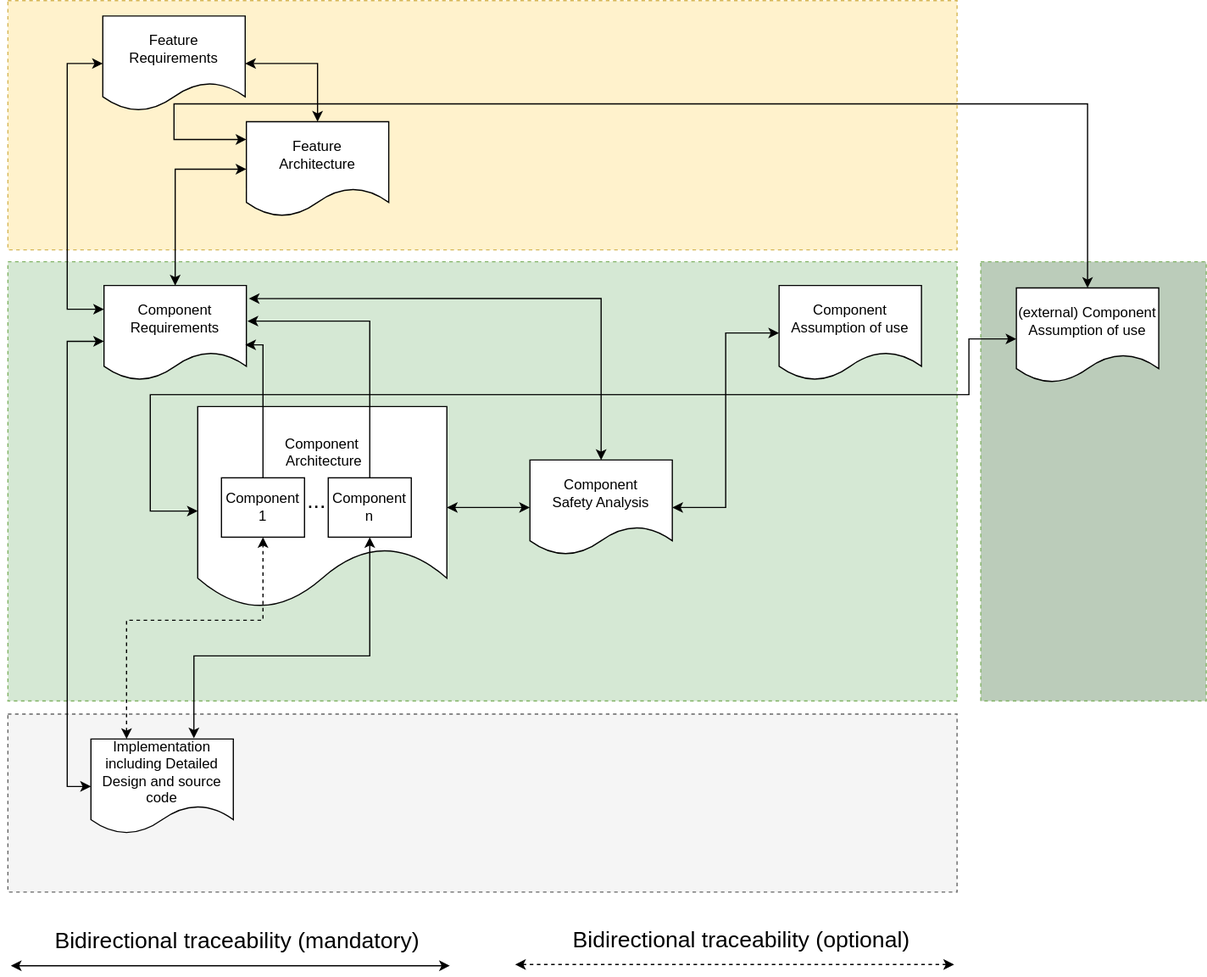
The draw.io diagram pr-343/_images/score_traceability_model_cmp_overview_2.svg in umaucher/score, before a commit. Source tidied: cells renumbered, new cells last; positions are measured from the earlier drawing's top-left corner, leaving out a move shared by most shapes.
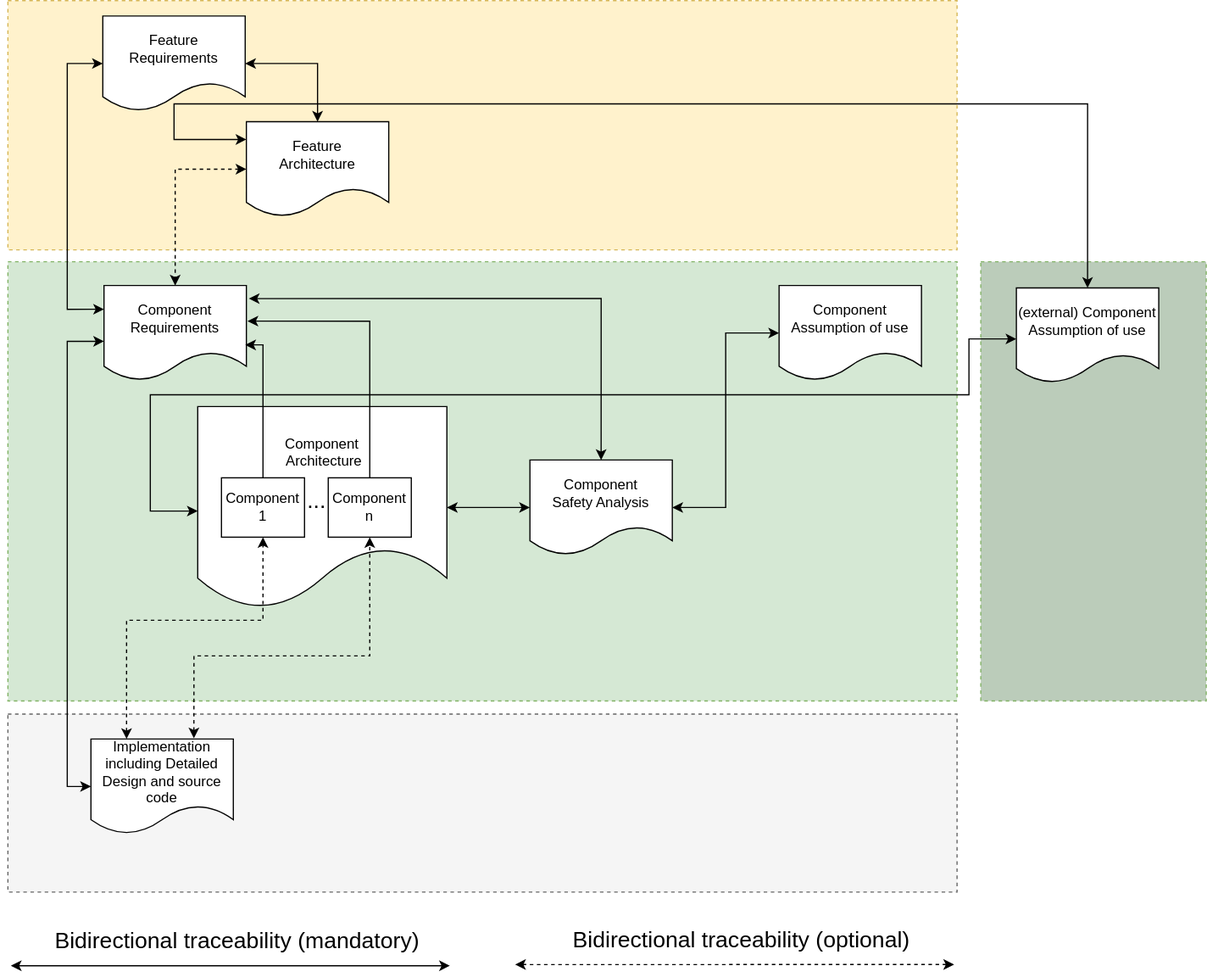
After the commit.

Change to the diagram source:
```diff
@@ -47,7 +47,7 @@
     <mxCell id="13" style="edgeStyle=orthogonalEdgeStyle;rounded=0;jettySize=auto;html=1;startArrow=classic;startFill=1;entryX=1;entryY=0.5;entryDx=0;entryDy=0;exitX=0;exitY=0.5;exitDx=0;exitDy=0;" parent="1" edge="1" source="4" target="12">
       <mxGeometry relative="1" as="geometry" />
     </mxCell>
-    <mxCell id="14" style="edgeStyle=orthogonalEdgeStyle;rounded=0;jettySize=auto;html=1;entryX=0.5;entryY=0;entryDx=0;entryDy=0;startArrow=classic;startFill=1;exitX=0;exitY=0.5;exitDx=0;exitDy=0;" parent="1" edge="1" source="15" target="8">
+    <mxCell id="14" style="edgeStyle=orthogonalEdgeStyle;rounded=0;jettySize=auto;html=1;entryX=0.5;entryY=0;entryDx=0;entryDy=0;startArrow=classic;startFill=1;exitX=0;exitY=0.5;exitDx=0;exitDy=0;dashed=1;" parent="1" edge="1" source="15" target="8">
       <mxGeometry relative="1" as="geometry" />
     </mxCell>
     <mxCell id="15" value="Feature&lt;br&gt;Architecture" style="shape=document;whiteSpace=wrap;html=1;boundedLbl=1;" parent="1" vertex="1">
@@ -117,7 +117,7 @@
         </Array>
       </mxGeometry>
     </mxCell>
-    <mxCell id="29" style="edgeStyle=orthogonalEdgeStyle;rounded=0;jettySize=auto;html=1;entryX=0.5;entryY=1;entryDx=0;entryDy=0;exitX=0.723;exitY=-0.007;exitDx=0;exitDy=0;exitPerimeter=0;startArrow=classic;startFill=1;" parent="1" edge="1" source="24" target="26">
+    <mxCell id="29" style="edgeStyle=orthogonalEdgeStyle;rounded=0;jettySize=auto;html=1;entryX=0.5;entryY=1;entryDx=0;entryDy=0;exitX=0.723;exitY=-0.007;exitDx=0;exitDy=0;exitPerimeter=0;startArrow=classic;startFill=1;dashed=1;" parent="1" edge="1" source="24" target="26">
       <mxGeometry x="0.38" y="5" relative="1" as="geometry">
         <Array as="points">
           <mxPoint x="157" y="552" />
```
